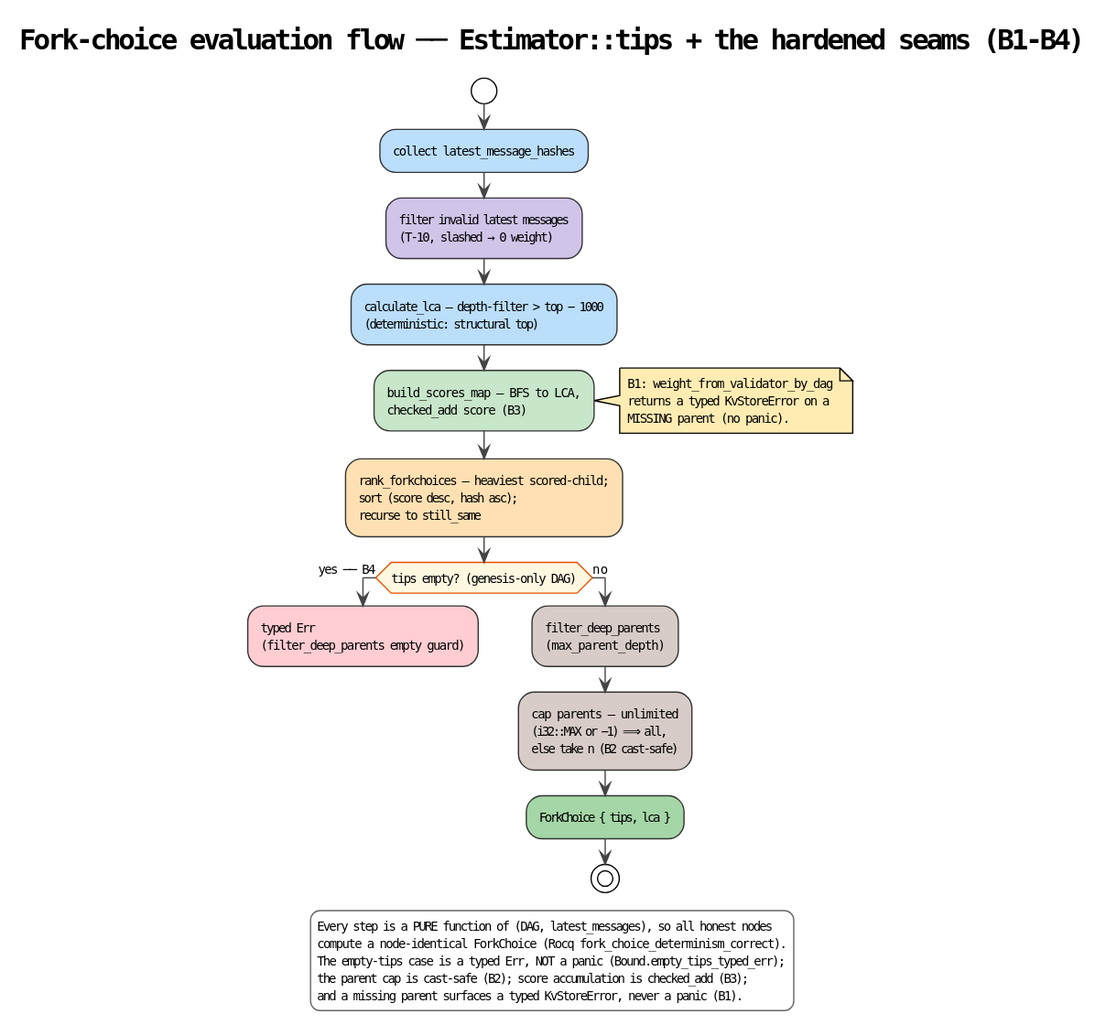
The PlantUML diagram docs/casper/theory/fork-choice/diagrams/05-activity-estimator-flow.svg in F1R3FLY-io/f1r3node-rust, before a commit.
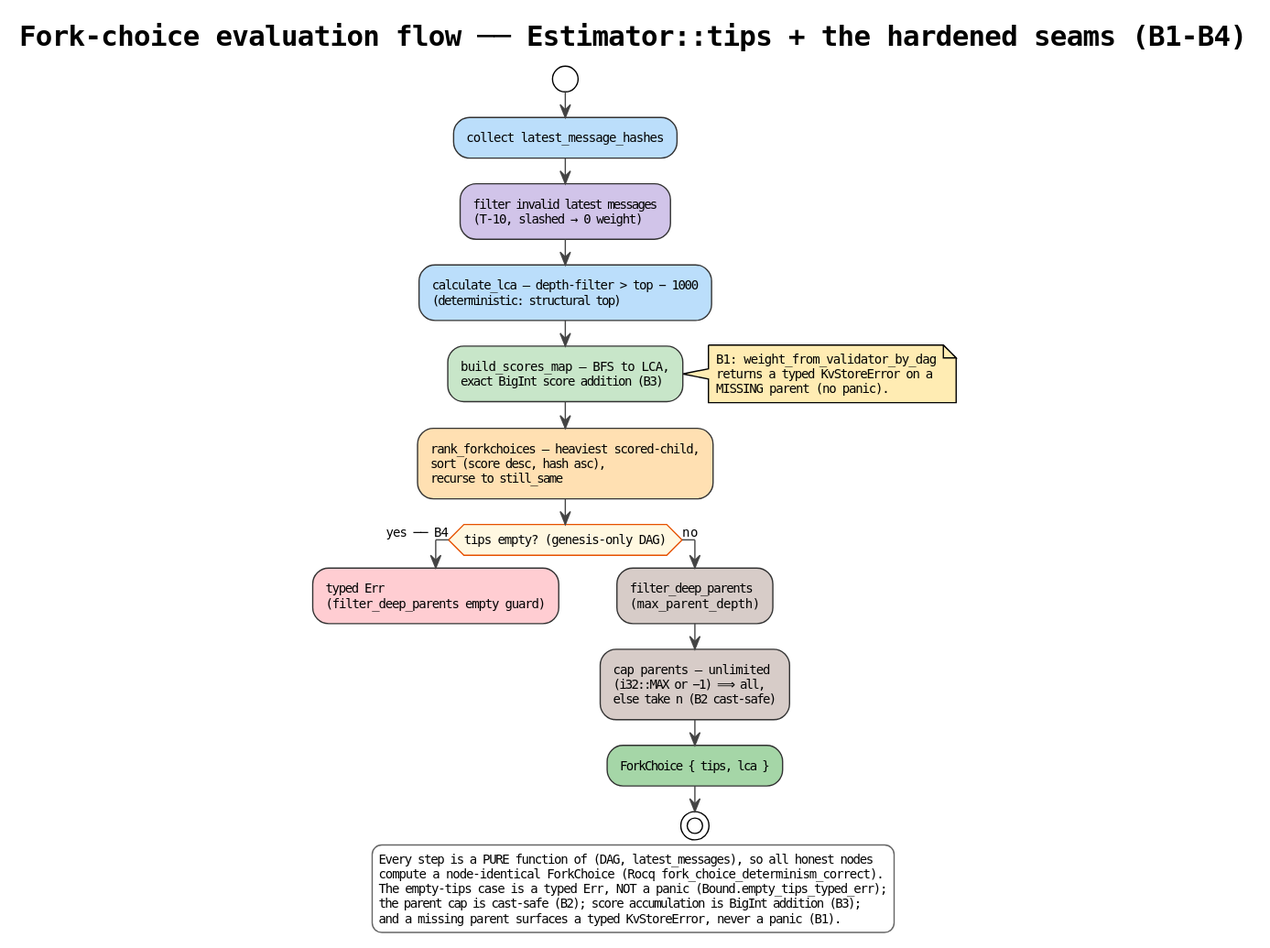
The same file after the commit.

Diff of the diagram source:
```diff
@@ -19,24 +19,24 @@
 
 
 start
-:collect latest_message_hashes; <<#BBDEFB>>
-:filter invalid latest messages\n(T-10, slashed → 0 weight); <<#D1C4E9>>
-:calculate_lca — depth-filter > top − 1000\n(deterministic: structural top); <<#BBDEFB>>
-:build_scores_map — BFS to LCA,\nchecked_add score (B3); <<#C8E6C9>>
+#BBDEFB:collect latest_message_hashes;
+#D1C4E9:filter invalid latest messages\n(T-10, slashed → 0 weight);
+#BBDEFB:calculate_lca — depth-filter > top − 1000\n(deterministic: structural top);
+#C8E6C9:build_scores_map — BFS to LCA,\nexact BigInt score addition (B3);
 note right #FFECB3
   B1: weight_from_validator_by_dag
   returns a typed KvStoreError on a
   MISSING parent (no panic).
 end note
-:rank_forkchoices — heaviest scored-child;\nsort (score desc, hash asc);\nrecurse to still_same; <<#FFE0B2>>
+#FFE0B2:rank_forkchoices — heaviest scored-child,\nsort (score desc, hash asc),\nrecurse to still_same;
 
 if (tips empty? (genesis-only DAG)) then (yes ── B4)
-  :typed Err\n(filter_deep_parents empty guard); <<#FFCDD2>>
+  #FFCDD2:typed Err\n(filter_deep_parents empty guard);
   kill
 else (no)
-  :filter_deep_parents\n(max_parent_depth); <<#D7CCC8>>
-  :cap parents — unlimited\n(i32::MAX or −1) ⟹ all,\nelse take n (B2 cast-safe); <<#D7CCC8>>
-  :ForkChoice { tips, lca }; <<#A5D6A7>>
+  #D7CCC8:filter_deep_parents\n(max_parent_depth);
+  #D7CCC8:cap parents — unlimited\n(i32::MAX or −1) ⟹ all,\nelse take n (B2 cast-safe);
+  #A5D6A7:ForkChoice { tips, lca };
   stop
 endif
 
@@ -44,7 +44,7 @@
   Every step is a PURE function of (DAG, latest_messages), so all honest nodes
   compute a node-identical ForkChoice (Rocq fork_choice_determinism_correct).
   The empty-tips case is a typed Err, NOT a panic (Bound.empty_tips_typed_err);
-  the parent cap is cast-safe (B2); score accumulation is checked_add (B3);
+  the parent cap is cast-safe (B2); score accumulation is BigInt addition (B3);
   and a missing parent surfaces a typed KvStoreError, never a panic (B1).
 endlegend
 @enduml
```
